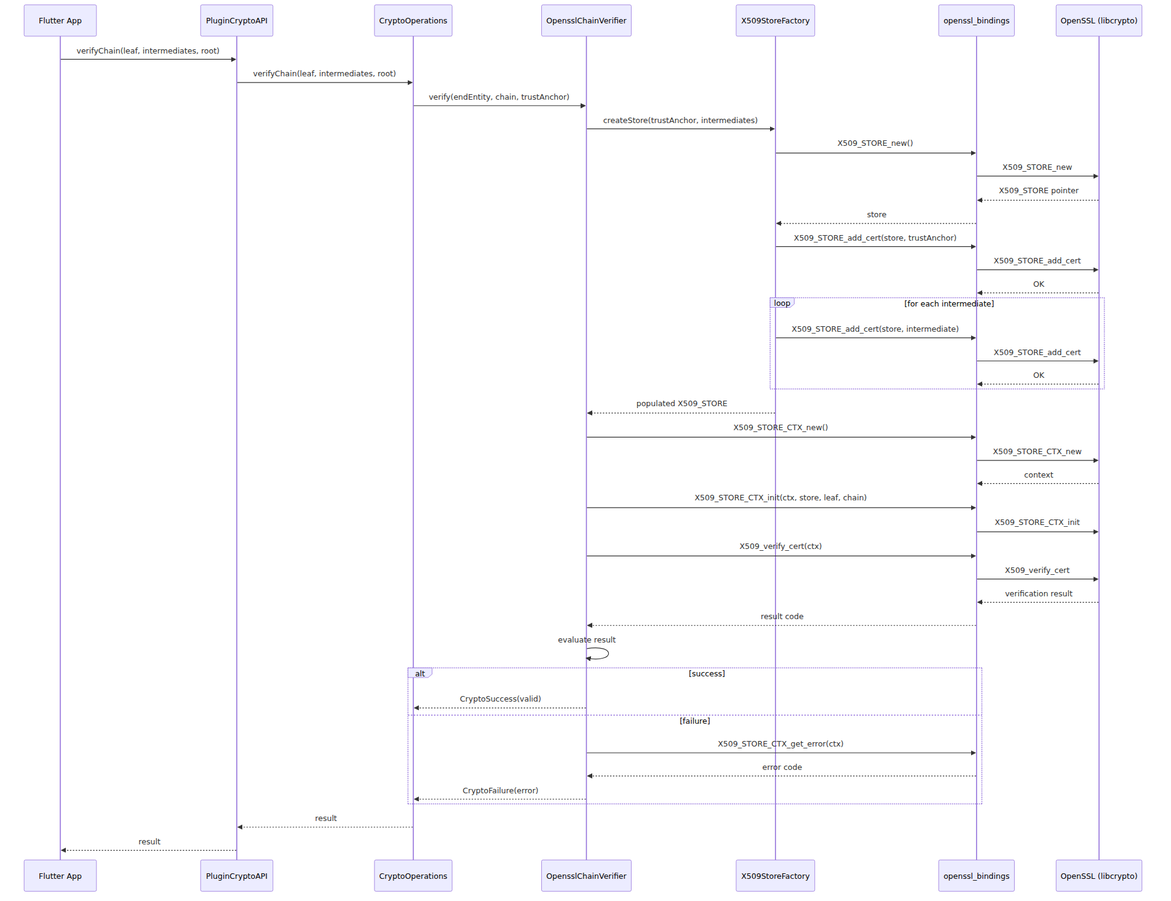
Before: docs/images/diagram_04.png, a diagram exported from Mermaid (medalha01/Plugin-Crypto). Its source is kept beside it as docs/images/diagram_04.mmd.
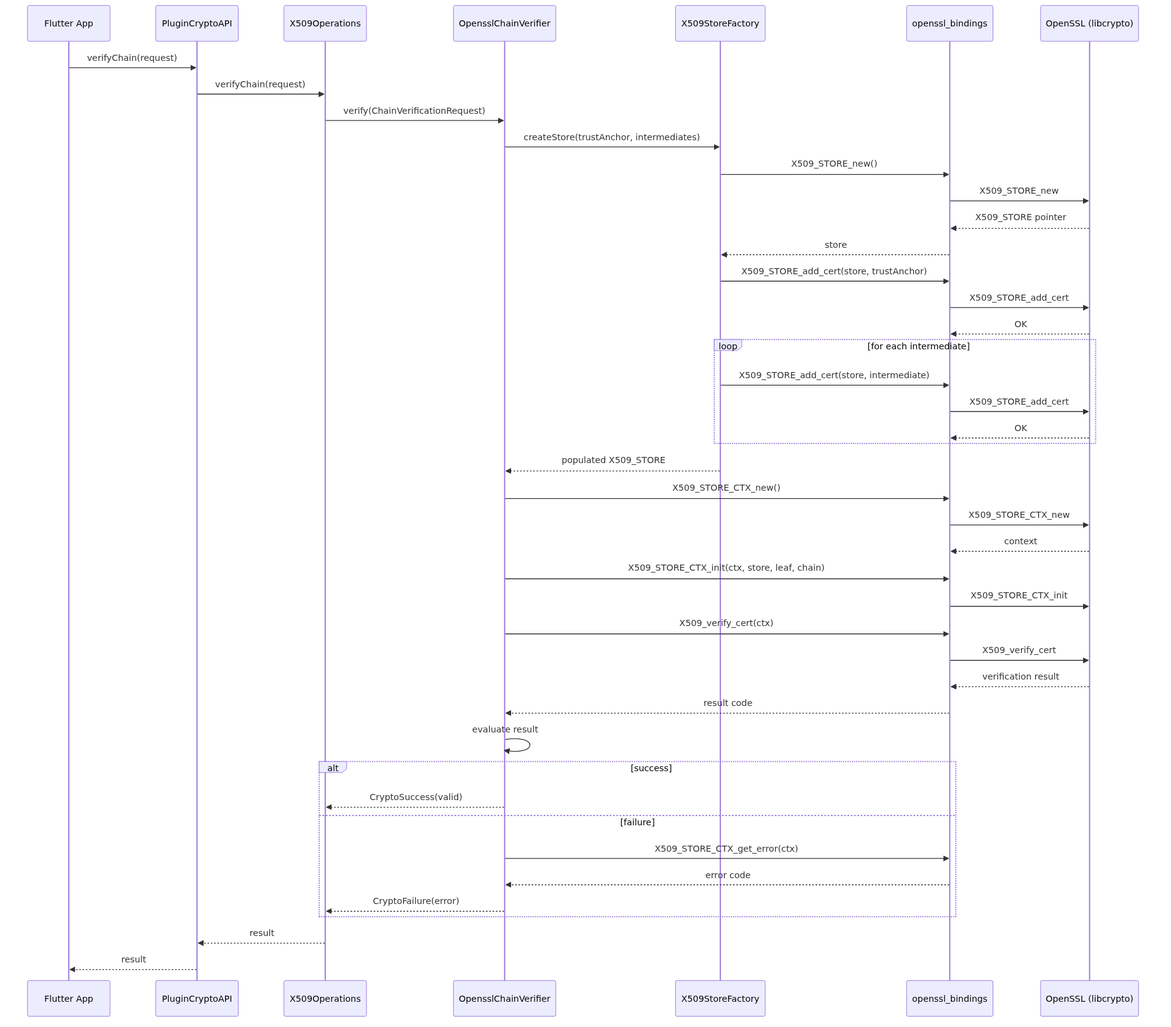
The same file after the commit.

What changed in the source:
```diff
@@ -1,15 +1,15 @@
 sequenceDiagram
     participant App as Flutter App
     participant API as PluginCryptoAPI
-    participant Ops as CryptoOperations
+    participant X509 as X509Operations
     participant Verifier as OpensslChainVerifier
     participant StoreFactory as X509StoreFactory
     participant FFI as openssl_bindings
     participant Native as OpenSSL (libcrypto)
 
-    App->>API: verifyChain(leaf, intermediates, root)
-    API->>Ops: verifyChain(leaf, intermediates, root)
-    Ops->>Verifier: verify(endEntity, chain, trustAnchor)
+    App->>API: verifyChain(request)
+    API->>X509: verifyChain(request)
+    X509->>Verifier: verify(ChainVerificationRequest)
 
     Verifier->>StoreFactory: createStore(trustAnchor, intermediates)
     StoreFactory->>FFI: X509_STORE_new()
@@ -42,11 +42,11 @@
 
     Verifier->>Verifier: evaluate result
     alt success
-        Verifier-->>Ops: CryptoSuccess(valid)
+        Verifier-->>X509: CryptoSuccess(valid)
     else failure
         Verifier->>FFI: X509_STORE_CTX_get_error(ctx)
         FFI-->>Verifier: error code
-        Verifier-->>Ops: CryptoFailure(error)
+        Verifier-->>X509: CryptoFailure(error)
     end
-    Ops-->>API: result
+    X509-->>API: result
     API-->>App: result
```
